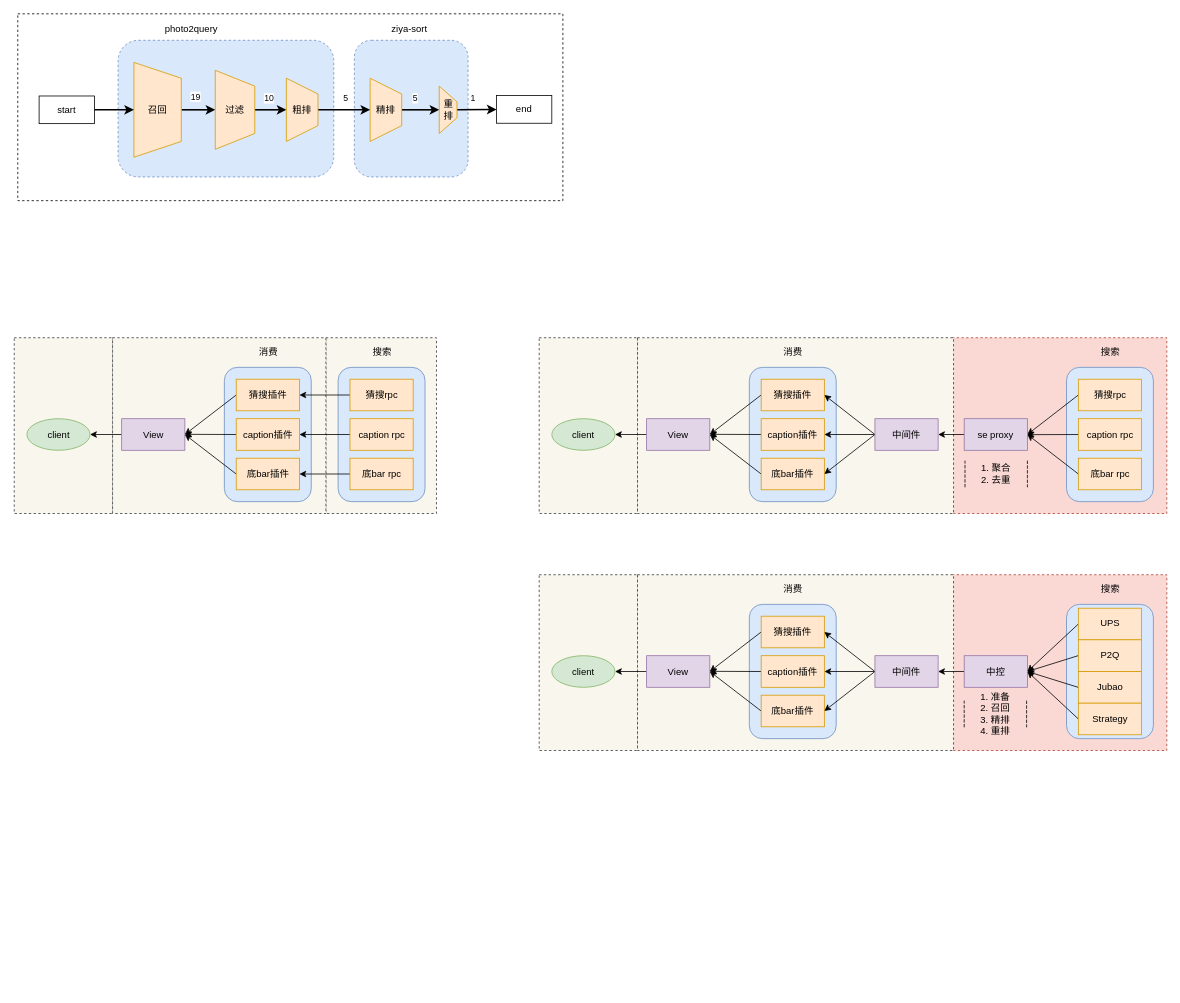
AmaniCheung/draw.io keeps this draw.io diagram as query-reco.drawio. Above is the earlier version. Source tidied: cells renumbered, new cells numbered last; positions are measured from the earlier drawing's top-left corner, leaving out a move shared by most shapes. Both pictures are drawn from the tidied source at 79%, with x=0, y=0 at pixel (14, 13).
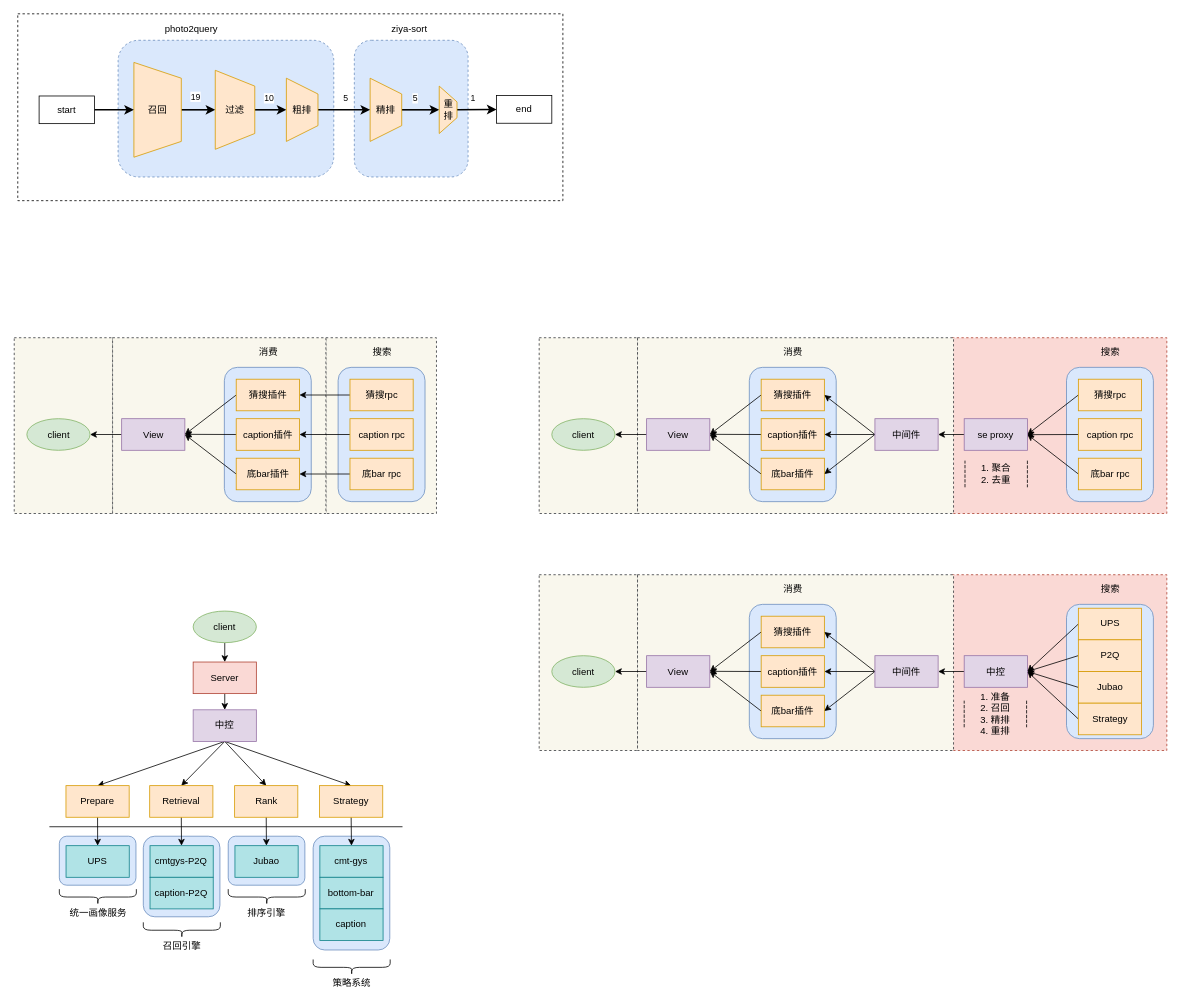
The same diagram, later.

Diff of the diagram source:
```diff
@@
+    <mxCell id="107" style="rounded=1;whiteSpace=wrap;html=1;fillColor=#dae8fc;strokeColor=#6c8ebf;" parent="1" vertex="1">
+      <mxGeometry x="56.6" y="1041" width="97" height="62" as="geometry" />
+    </mxCell>
+    <mxCell id="108" style="rounded=1;whiteSpace=wrap;html=1;fillColor=#dae8fc;strokeColor=#6c8ebf;" parent="1" vertex="1">
+      <mxGeometry x="270.4" y="1041" width="97" height="62" as="geometry" />
+    </mxCell>
+    <mxCell id="109" style="rounded=1;whiteSpace=wrap;html=1;fillColor=#dae8fc;strokeColor=#6c8ebf;" parent="1" vertex="1">
+      <mxGeometry x="162.9" y="1041" width="97" height="102" as="geometry" />
+    </mxCell>
@@
+    <mxCell id="110" style="edgeStyle=none;html=1;exitX=0.5;exitY=1;exitDx=0;exitDy=0;entryX=0.5;entryY=0;entryDx=0;entryDy=0;" parent="1" edge="1" source="114" target="117">
+      <mxGeometry relative="1" as="geometry" />
+    </mxCell>
+    <mxCell id="111" style="edgeStyle=none;html=1;exitX=0.5;exitY=1;exitDx=0;exitDy=0;entryX=0.5;entryY=0;entryDx=0;entryDy=0;" parent="1" edge="1" source="114" target="119">
+      <mxGeometry relative="1" as="geometry" />
+    </mxCell>
+    <mxCell id="112" style="edgeStyle=none;html=1;exitX=0.5;exitY=1;exitDx=0;exitDy=0;entryX=0.5;entryY=0;entryDx=0;entryDy=0;" parent="1" edge="1" source="114" target="121">
+      <mxGeometry relative="1" as="geometry" />
+    </mxCell>
+    <mxCell id="113" style="edgeStyle=none;html=1;exitX=0.5;exitY=1;exitDx=0;exitDy=0;entryX=0.5;entryY=0;entryDx=0;entryDy=0;" parent="1" edge="1" source="114" target="123">
+      <mxGeometry relative="1" as="geometry" />
+    </mxCell>
+    <mxCell id="114" value="中控" style="rounded=0;whiteSpace=wrap;html=1;fillColor=#e1d5e7;strokeColor=#9673a6;" parent="1" vertex="1">
+      <mxGeometry x="226" y="881" width="80" height="40" as="geometry" />
+    </mxCell>
+    <mxCell id="115" style="rounded=1;whiteSpace=wrap;html=1;fillColor=#dae8fc;strokeColor=#6c8ebf;" parent="1" vertex="1">
+      <mxGeometry x="377.9" y="1041" width="97" height="144" as="geometry" />
+    </mxCell>
+    <mxCell id="116" style="edgeStyle=none;html=1;exitX=0.5;exitY=1;exitDx=0;exitDy=0;entryX=0.5;entryY=0;entryDx=0;entryDy=0;" parent="1" edge="1" source="117" target="137">
+      <mxGeometry relative="1" as="geometry" />
+    </mxCell>
+    <mxCell id="117" value="Prepare" style="rounded=0;whiteSpace=wrap;html=1;fillColor=#ffe6cc;strokeColor=#d79b00;" parent="1" vertex="1">
+      <mxGeometry x="65" y="977" width="80" height="40" as="geometry" />
+    </mxCell>
+    <mxCell id="118" style="edgeStyle=none;html=1;exitX=0.5;exitY=1;exitDx=0;exitDy=0;" parent="1" edge="1" source="119" target="124">
+      <mxGeometry relative="1" as="geometry" />
+    </mxCell>
+    <mxCell id="119" value="Retrieval" style="rounded=0;whiteSpace=wrap;html=1;fillColor=#ffe6cc;strokeColor=#d79b00;" parent="1" vertex="1">
+      <mxGeometry x="171" y="977" width="80" height="40" as="geometry" />
+    </mxCell>
+    <mxCell id="120" style="edgeStyle=none;html=1;exitX=0.5;exitY=1;exitDx=0;exitDy=0;" parent="1" edge="1" source="121" target="126">
+      <mxGeometry relative="1" as="geometry" />
+    </mxCell>
+    <mxCell id="121" value="Rank" style="rounded=0;whiteSpace=wrap;html=1;fillColor=#ffe6cc;strokeColor=#d79b00;" parent="1" vertex="1">
+      <mxGeometry x="278.5" y="977" width="80" height="40" as="geometry" />
+    </mxCell>
+    <mxCell id="122" style="edgeStyle=none;html=1;exitX=0.5;exitY=1;exitDx=0;exitDy=0;entryX=0.5;entryY=0;entryDx=0;entryDy=0;" parent="1" edge="1" source="123" target="131">
+      <mxGeometry relative="1" as="geometry" />
+    </mxCell>
+    <mxCell id="123" value="Strategy" style="rounded=0;whiteSpace=wrap;html=1;fillColor=#ffe6cc;strokeColor=#d79b00;" parent="1" vertex="1">
+      <mxGeometry x="386" y="977" width="80" height="40" as="geometry" />
+    </mxCell>
+    <mxCell id="124" value="cmtgys-P2Q" style="rounded=0;whiteSpace=wrap;html=1;fillColor=#b0e3e6;strokeColor=#0e8088;" parent="1" vertex="1">
+      <mxGeometry x="171.4" y="1053" width="80" height="40" as="geometry" />
+    </mxCell>
+    <mxCell id="125" value="caption-P2Q" style="rounded=0;whiteSpace=wrap;html=1;fillColor=#b0e3e6;strokeColor=#0e8088;" parent="1" vertex="1">
+      <mxGeometry x="171.4" y="1093" width="80" height="40" as="geometry" />
+    </mxCell>
+    <mxCell id="126" value="Jubao" style="rounded=0;whiteSpace=wrap;html=1;fillColor=#b0e3e6;strokeColor=#0e8088;" parent="1" vertex="1">
+      <mxGeometry x="278.9" y="1053" width="80" height="40" as="geometry" />
+    </mxCell>
+    <mxCell id="127" style="edgeStyle=none;html=1;exitX=0.5;exitY=1;exitDx=0;exitDy=0;" parent="1" edge="1" source="128" target="114">
+      <mxGeometry relative="1" as="geometry" />
+    </mxCell>
+    <mxCell id="128" value="Server" style="rounded=0;whiteSpace=wrap;html=1;fillColor=#fad9d5;strokeColor=#ae4132;" parent="1" vertex="1">
+      <mxGeometry x="226" y="820.5" width="80" height="40" as="geometry" />
+    </mxCell>
+    <mxCell id="129" style="edgeStyle=none;html=1;exitX=0.5;exitY=1;exitDx=0;exitDy=0;" parent="1" edge="1" source="130" target="128">
+      <mxGeometry relative="1" as="geometry" />
+    </mxCell>
+    <mxCell id="130" value="client" style="ellipse;whiteSpace=wrap;html=1;fillColor=#d5e8d4;strokeColor=#82b366;" parent="1" vertex="1">
+      <mxGeometry x="226" y="756" width="80" height="40" as="geometry" />
+    </mxCell>
+    <mxCell id="131" value="cmt-gys" style="rounded=0;whiteSpace=wrap;html=1;fillColor=#b0e3e6;strokeColor=#0e8088;" parent="1" vertex="1">
+      <mxGeometry x="386.4" y="1053" width="80" height="40" as="geometry" />
+    </mxCell>
+    <mxCell id="132" value="bottom-bar" style="rounded=0;whiteSpace=wrap;html=1;fillColor=#b0e3e6;strokeColor=#0e8088;" parent="1" vertex="1">
+      <mxGeometry x="386.4" y="1093" width="80" height="40" as="geometry" />
+    </mxCell>
+    <mxCell id="133" value="caption" style="rounded=0;whiteSpace=wrap;html=1;fillColor=#b0e3e6;strokeColor=#0e8088;" parent="1" vertex="1">
+      <mxGeometry x="386.4" y="1133" width="80" height="40" as="geometry" />
+    </mxCell>
+    <mxCell id="134" value="策略系统" style="shape=curlyBracket;whiteSpace=wrap;html=1;rounded=1;flipH=1;labelPosition=center;verticalLabelPosition=bottom;align=center;verticalAlign=middle;direction=north;horizontal=1;" parent="1" vertex="1">
+      <mxGeometry x="377.9" y="1197" width="97.5" height="20" as="geometry" />
+    </mxCell>
+    <mxCell id="135" value="召回引擎" style="shape=curlyBracket;whiteSpace=wrap;html=1;rounded=1;flipH=1;labelPosition=center;verticalLabelPosition=bottom;align=center;verticalAlign=middle;direction=north;horizontal=1;" parent="1" vertex="1">
+      <mxGeometry x="162.9" y="1150" width="97.5" height="20" as="geometry" />
+    </mxCell>
+    <mxCell id="136" value="排序引擎" style="shape=curlyBracket;whiteSpace=wrap;html=1;rounded=1;flipH=1;labelPosition=center;verticalLabelPosition=bottom;align=center;verticalAlign=middle;direction=north;horizontal=1;" parent="1" vertex="1">
+      <mxGeometry x="270.4" y="1108" width="97.5" height="20" as="geometry" />
+    </mxCell>
+    <mxCell id="137" value="UPS" style="rounded=0;whiteSpace=wrap;html=1;fillColor=#b0e3e6;strokeColor=#0e8088;" parent="1" vertex="1">
+      <mxGeometry x="65.1" y="1053" width="80" height="40" as="geometry" />
+    </mxCell>
+    <mxCell id="138" value="统一画像服务" style="shape=curlyBracket;whiteSpace=wrap;html=1;rounded=1;flipH=1;labelPosition=center;verticalLabelPosition=bottom;align=center;verticalAlign=middle;direction=north;horizontal=1;" parent="1" vertex="1">
+      <mxGeometry x="56.6" y="1108" width="97.5" height="20" as="geometry" />
+    </mxCell>
+    <mxCell id="139" style="line;strokeWidth=1;html=1;" parent="1" vertex="1">
+      <mxGeometry x="44" y="1024" width="447" height="10" as="geometry" />
+    </mxCell>
```
